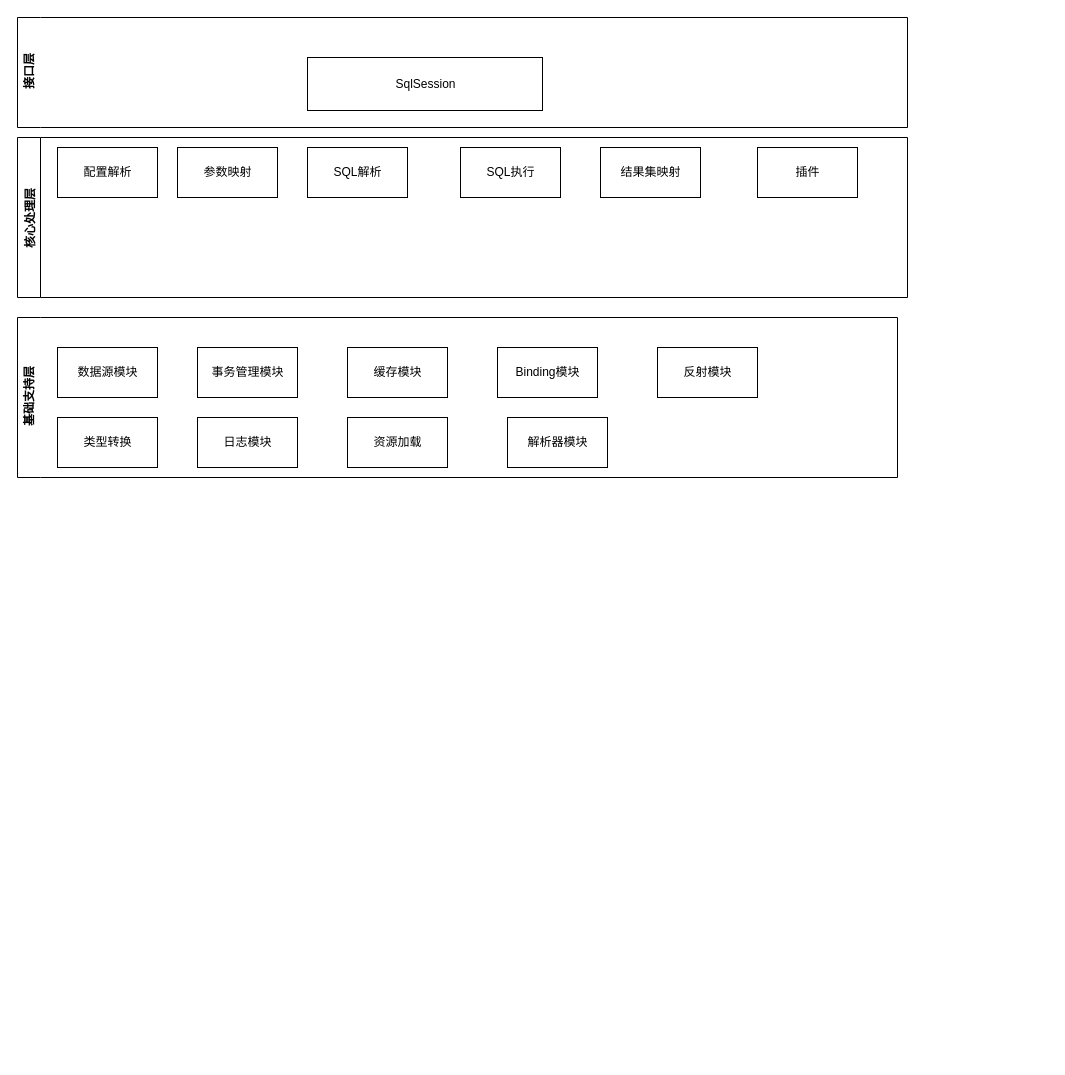
Earlier version of the draw.io diagram mybatis.drawio (hellojd2018/ms_document). Source tidied: cells renumbered, new cells numbered last; positions are measured from the earlier drawing's top-left corner, leaving out a move shared by most shapes. Both pictures are drawn from the tidied source at 100%, with x=0, y=0 at pixel (17, 17).
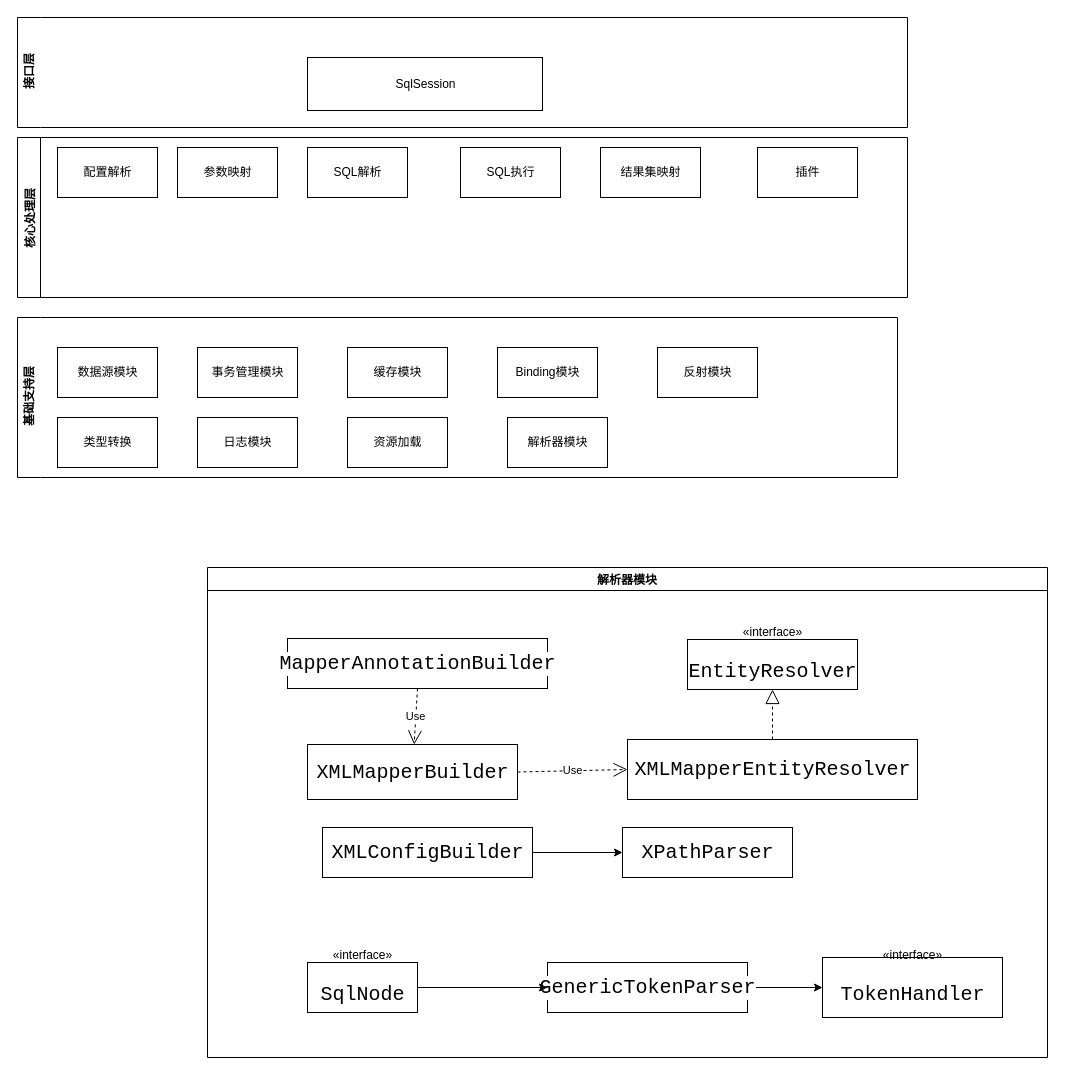
The same diagram, later.

The edit, as a diff of the source:
```diff
@@
+    <mxCell id="21" value="解析器模块" style="swimlane;" parent="1" vertex="1">
+      <mxGeometry x="190" y="550" width="840" height="490" as="geometry" />
+    </mxCell>
+    <mxCell id="22" value="&lt;pre style=&quot;background-color: rgb(255 , 255 , 255) ; font-family: &amp;#34;consolas&amp;#34; ; font-size: 15pt&quot;&gt;XMLMapperEntityResolver&lt;/pre&gt;" style="html=1;" parent="21" vertex="1">
+      <mxGeometry x="420" y="172" width="290" height="60" as="geometry" />
+    </mxCell>
+    <mxCell id="23" value="«interface»&lt;br&gt;&lt;pre style=&quot;background-color: rgb(255 , 255 , 255) ; font-family: &amp;#34;consolas&amp;#34; ; font-size: 15pt&quot;&gt;EntityResolver&lt;/pre&gt;" style="html=1;" parent="21" vertex="1">
+      <mxGeometry x="480" y="72" width="170" height="50" as="geometry" />
+    </mxCell>
+    <mxCell id="24" style="endArrow=block;dashed=1;endFill=0;endSize=12;html=1;entryX=0.5;entryY=1;entryDx=0;entryDy=0;" parent="21" edge="1" source="22" target="23">
+      <mxGeometry relative="1" as="geometry" />
+    </mxCell>
+    <mxCell id="25" value="&lt;pre style=&quot;background-color: rgb(255 , 255 , 255) ; font-family: &amp;#34;consolas&amp;#34; ; font-size: 15pt&quot;&gt;XMLMapperBuilder&lt;/pre&gt;" style="html=1;" parent="21" vertex="1">
+      <mxGeometry x="100" y="177" width="210" height="55" as="geometry" />
+    </mxCell>
+    <mxCell id="26" value="Use" style="endArrow=open;endSize=12;dashed=1;html=1;entryX=0;entryY=0.5;entryDx=0;entryDy=0;exitX=1;exitY=0.5;exitDx=0;exitDy=0;" parent="21" edge="1" source="25" target="22">
+      <mxGeometry relative="1" as="geometry" />
+    </mxCell>
+    <mxCell id="27" value="&lt;pre style=&quot;background-color: rgb(255 , 255 , 255) ; font-family: &amp;#34;consolas&amp;#34; ; font-size: 15pt&quot;&gt;MapperAnnotationBuilder&lt;/pre&gt;" style="html=1;" parent="21" vertex="1">
+      <mxGeometry x="80" y="71" width="260" height="50" as="geometry" />
+    </mxCell>
+    <mxCell id="28" value="Use" style="endArrow=open;endSize=12;dashed=1;html=1;exitX=0.5;exitY=1;exitDx=0;exitDy=0;" parent="21" edge="1" source="27" target="25">
+      <mxGeometry relative="1" as="geometry" />
+    </mxCell>
+    <mxCell id="29" style="edgeStyle=orthogonalEdgeStyle;rounded=0;jettySize=auto;html=1;exitX=1;exitY=0.5;exitDx=0;exitDy=0;" parent="21" edge="1" source="30" target="31">
+      <mxGeometry relative="1" as="geometry" />
+    </mxCell>
+    <mxCell id="30" value="&lt;pre style=&quot;background-color: rgb(255 , 255 , 255) ; font-family: &amp;#34;consolas&amp;#34; ; font-size: 15pt&quot;&gt;XMLConfigBuilder&lt;/pre&gt;" style="html=1;" parent="21" vertex="1">
+      <mxGeometry x="115" y="260" width="210" height="50" as="geometry" />
+    </mxCell>
+    <mxCell id="31" value="&lt;pre style=&quot;background-color: rgb(255 , 255 , 255) ; font-family: &amp;#34;consolas&amp;#34; ; font-size: 15pt&quot;&gt;XPathParser&lt;/pre&gt;" style="html=1;" parent="21" vertex="1">
+      <mxGeometry x="415" y="260" width="170" height="50" as="geometry" />
+    </mxCell>
+    <mxCell id="32" value="«interface»&lt;br&gt;&lt;pre style=&quot;background-color: rgb(255 , 255 , 255) ; font-family: &amp;#34;consolas&amp;#34; ; font-size: 15pt&quot;&gt;TokenHandler&lt;/pre&gt;" style="html=1;" parent="21" vertex="1">
+      <mxGeometry x="615" y="390" width="180" height="60" as="geometry" />
+    </mxCell>
+    <mxCell id="33" style="edgeStyle=orthogonalEdgeStyle;rounded=0;jettySize=auto;html=1;exitX=1;exitY=0.5;exitDx=0;exitDy=0;" parent="21" edge="1" source="34" target="32">
+      <mxGeometry relative="1" as="geometry" />
+    </mxCell>
+    <mxCell id="34" value="&lt;pre style=&quot;background-color: rgb(255 , 255 , 255) ; font-family: &amp;#34;consolas&amp;#34; ; font-size: 15pt&quot;&gt;GenericTokenParser&lt;/pre&gt;" style="html=1;" parent="21" vertex="1">
+      <mxGeometry x="340" y="395" width="200" height="50" as="geometry" />
+    </mxCell>
+    <mxCell id="35" style="edgeStyle=orthogonalEdgeStyle;rounded=0;jettySize=auto;html=1;entryX=0;entryY=0.5;entryDx=0;entryDy=0;" parent="21" edge="1" source="36" target="34">
+      <mxGeometry relative="1" as="geometry" />
+    </mxCell>
+    <mxCell id="36" value="«interface»&lt;br&gt;&lt;pre style=&quot;background-color: rgb(255 , 255 , 255) ; font-family: &amp;#34;consolas&amp;#34; ; font-size: 15pt&quot;&gt;SqlNode&lt;/pre&gt;" style="html=1;" parent="21" vertex="1">
+      <mxGeometry x="100" y="395" width="110" height="50" as="geometry" />
+    </mxCell>
```
